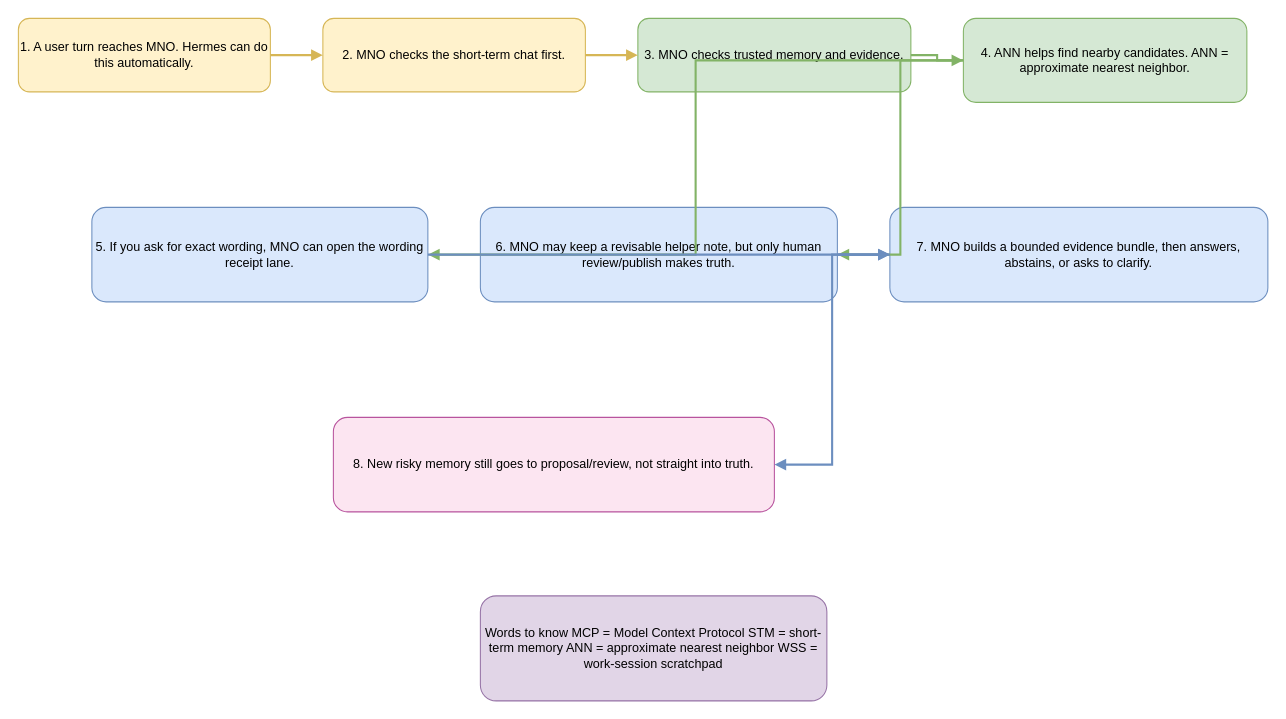
Above: page "Caveman Runtime And Integration" (2 of 2) of docs/visuals/MNO_LAUNCH_RUNTIME_AND_INTEGRATION_2026-04-12.drawio in EmergentKnowledgeGroup/ModelNumquamOblita (draw.io), before the change. Source tidied: cells renumbered, new cells numbered last; positions are measured from the earlier drawing's top-left corner, leaving out a move shared by most shapes. Both pictures are drawn from the tidied source at 105%, with x=0, y=0 at pixel (18, 18).
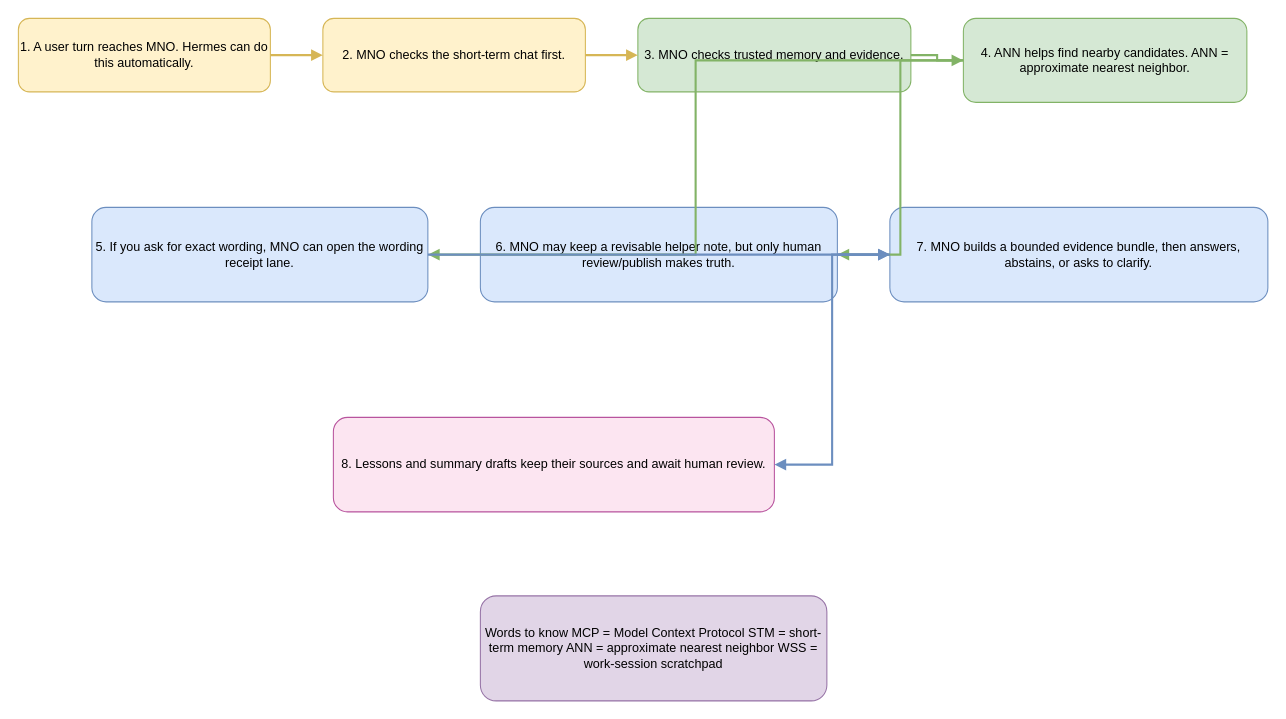
Above is the later version.

The edit, as a diff of the source:
```diff
@@
 <mxGraphModel>
   <root>
     <mxCell id="0" />
     <mxCell id="1" parent="0" />
     <mxCell id="2" value="1. A user turn reaches MNO. Hermes can do this automatically." style="rounded=1;whiteSpace=wrap;html=1;fillColor=#fff2cc;strokeColor=#d6b656;" parent="1" vertex="1">
       <mxGeometry width="240" height="70" as="geometry" />
     </mxCell>
     <mxCell id="3" value="2. MNO checks the short-term chat first." style="rounded=1;whiteSpace=wrap;html=1;fillColor=#fff2cc;strokeColor=#d6b656;" parent="1" vertex="1">
       <mxGeometry x="290" width="250" height="70" as="geometry" />
     </mxCell>
     <mxCell id="4" value="3. MNO checks trusted memory and evidence." style="rounded=1;whiteSpace=wrap;html=1;fillColor=#d5e8d4;strokeColor=#82b366;" parent="1" vertex="1">
       <mxGeometry x="590" width="260" height="70" as="geometry" />
     </mxCell>
     <mxCell id="5" value="4. ANN helps find nearby candidates.&amp;#10;ANN = approximate nearest neighbor." style="rounded=1;whiteSpace=wrap;html=1;fillColor=#d5e8d4;strokeColor=#82b366;" parent="1" vertex="1">
       <mxGeometry x="900" width="270" height="80" as="geometry" />
     </mxCell>
     <mxCell id="6" value="5. If you ask for exact wording, MNO can open the wording receipt lane." style="rounded=1;whiteSpace=wrap;html=1;fillColor=#dae8fc;strokeColor=#6c8ebf;" parent="1" vertex="1">
       <mxGeometry x="70" y="180" width="320" height="90" as="geometry" />
     </mxCell>
     <mxCell id="7" value="6. MNO may keep a revisable helper note, but only human review/publish makes truth." style="rounded=1;whiteSpace=wrap;html=1;fillColor=#dae8fc;strokeColor=#6c8ebf;" parent="1" vertex="1">
       <mxGeometry x="440" y="180" width="340" height="90" as="geometry" />
     </mxCell>
     <mxCell id="8" value="7. MNO builds a bounded evidence bundle, then answers, abstains, or asks to clarify." style="rounded=1;whiteSpace=wrap;html=1;fillColor=#dae8fc;strokeColor=#6c8ebf;" parent="1" vertex="1">
       <mxGeometry x="830" y="180" width="360" height="90" as="geometry" />
     </mxCell>
-    <mxCell id="9" value="8. New risky memory still goes to proposal/review, not straight into truth." style="rounded=1;whiteSpace=wrap;html=1;fillColor=#fce5f1;strokeColor=#b8549e;" parent="1" vertex="1">
+    <mxCell id="9" value="8. Lessons and summary drafts keep their sources and await human review." style="rounded=1;whiteSpace=wrap;html=1;fillColor=#fce5f1;strokeColor=#b8549e;" parent="1" vertex="1">
       <mxGeometry x="300" y="380" width="420" height="90" as="geometry" />
     </mxCell>
     <mxCell id="10" value="Words to know&amp;#10;MCP = Model Context Protocol&amp;#10;STM = short-term memory&amp;#10;ANN = approximate nearest neighbor&amp;#10;WSS = work-session scratchpad" style="rounded=1;whiteSpace=wrap;html=1;fillColor=#e1d5e7;strokeColor=#9673a6;" parent="1" vertex="1">
       <mxGeometry x="440" y="550" width="330" height="100" as="geometry" />
     </mxCell>
     <mxCell id="11" style="edgeStyle=orthogonalEdgeStyle;jettySize=auto;jumpStyle=arc;jumpSize=6;endArrow=block;endFill=1;html=1;rounded=0;strokeWidth=2;strokeColor=#d6b656;entryX=0;entryY=0.5;entryPerimeter=1;exitX=1;exitY=0.5;exitPerimeter=1;" parent="1" edge="1" source="2" target="3">
       <mxGeometry relative="1" as="geometry" />
     </mxCell>
     <mxCell id="12" style="edgeStyle=orthogonalEdgeStyle;jettySize=auto;jumpStyle=arc;jumpSize=6;endArrow=block;endFill=1;html=1;rounded=0;strokeWidth=2;strokeColor=#d6b656;entryX=0;entryY=0.5;entryPerimeter=1;exitX=1;exitY=0.5;exitPerimeter=1;" parent="1" edge="1" source="3" target="4">
       <mxGeometry relative="1" as="geometry" />
     </mxCell>
     <mxCell id="13" style="edgeStyle=orthogonalEdgeStyle;jettySize=auto;jumpStyle=arc;jumpSize=6;endArrow=block;endFill=1;html=1;rounded=0;strokeWidth=2;strokeColor=#82b366;entryX=0;entryY=0.5;entryPerimeter=1;exitX=1;exitY=0.5;exitPerimeter=1;" parent="1" edge="1" source="4" target="5">
       <mxGeometry relative="1" as="geometry" />
     </mxCell>
     <mxCell id="14" style="edgeStyle=orthogonalEdgeStyle;jettySize=auto;jumpStyle=arc;jumpSize=6;endArrow=block;endFill=1;html=1;rounded=0;strokeWidth=2;strokeColor=#82b366;entryX=1;entryY=0.5;entryPerimeter=1;exitX=0;exitY=0.5;exitPerimeter=1;" parent="1" edge="1" source="5" target="6">
       <mxGeometry relative="1" as="geometry" />
     </mxCell>
     <mxCell id="15" style="edgeStyle=orthogonalEdgeStyle;jettySize=auto;jumpStyle=arc;jumpSize=6;endArrow=block;endFill=1;html=1;rounded=0;strokeWidth=2;strokeColor=#82b366;entryX=1;entryY=0.5;entryPerimeter=1;exitX=0;exitY=0.5;exitPerimeter=1;" parent="1" edge="1" source="5" target="7">
       <mxGeometry relative="1" as="geometry" />
     </mxCell>
     <mxCell id="16" style="edgeStyle=orthogonalEdgeStyle;jettySize=auto;jumpStyle=arc;jumpSize=6;endArrow=block;endFill=1;html=1;rounded=0;strokeWidth=2;strokeColor=#6c8ebf;entryX=0;entryY=0.5;entryPerimeter=1;exitX=1;exitY=0.5;exitPerimeter=1;" parent="1" edge="1" source="6" target="8">
       <mxGeometry relative="1" as="geometry" />
     </mxCell>
     <mxCell id="17" style="edgeStyle=orthogonalEdgeStyle;jettySize=auto;jumpStyle=arc;jumpSize=6;endArrow=block;endFill=1;html=1;rounded=0;strokeWidth=2;strokeColor=#6c8ebf;entryX=0;entryY=0.5;entryPerimeter=1;exitX=1;exitY=0.5;exitPerimeter=1;" parent="1" edge="1" source="7" target="8">
       <mxGeometry relative="1" as="geometry" />
     </mxCell>
     <mxCell id="18" style="edgeStyle=orthogonalEdgeStyle;jettySize=auto;jumpStyle=arc;jumpSize=6;endArrow=block;endFill=1;html=1;rounded=0;strokeWidth=2;strokeColor=#6c8ebf;entryX=1;entryY=0.5;entryPerimeter=1;exitX=0;exitY=0.5;exitPerimeter=1;" parent="1" edge="1" source="8" target="9">
       <mxGeometry relative="1" as="geometry" />
     </mxCell>
   </root>
 </mxGraphModel>
```
